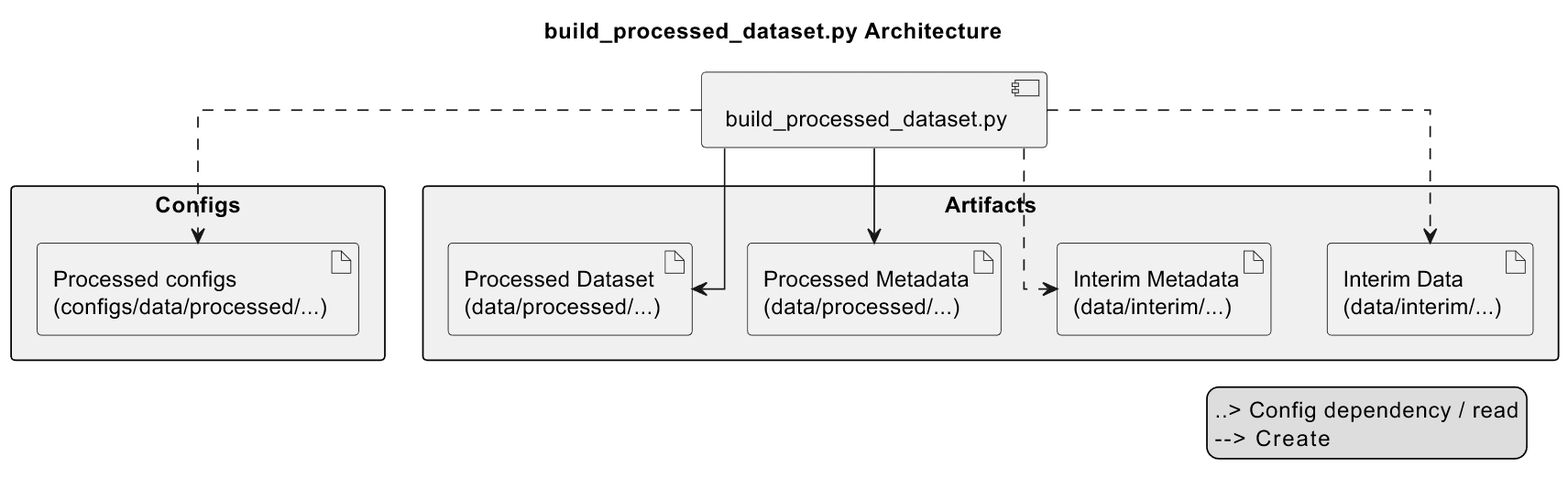
Above: docs/architecture/img/build_processed_dataset.png in Sebastijan-Dominis/ml-workflow-engine (PlantUML), before the change. Its source is kept beside it as docs/architecture/uml/build_processed_dataset.puml. Source of this version:
```plantuml
@startuml build_processed_dataset.py Architecture
title build_processed_dataset.py Architecture

skinparam shadowing false
skinparam linetype ortho
skinparam packageStyle rectangle

skinparam package {
    BorderColor black
    BackgroundColor #f0f0f0
    Shadowing false
}

package "Configs" {
    artifact processed_cfg as "Processed configs\n(configs/data/processed/...)"
}

component script as "build_processed_dataset.py"

package "Artifacts" {
    artifact interim_data as "Interim Data\n(data/interim/...)"
    artifact interim_metadata as "Interim Metadata\n(data/interim/...)"
    artifact metadata as "Processed Metadata\n(data/processed/...)"
    artifact processed_data as "Processed Dataset\n(data/processed/...)"
}

script ..> processed_cfg

script ..> interim_metadata
script ..> interim_data

script --> metadata
script --> processed_data

legend right
..>   Config dependency / read
-->   Create
endlegend

@enduml
```
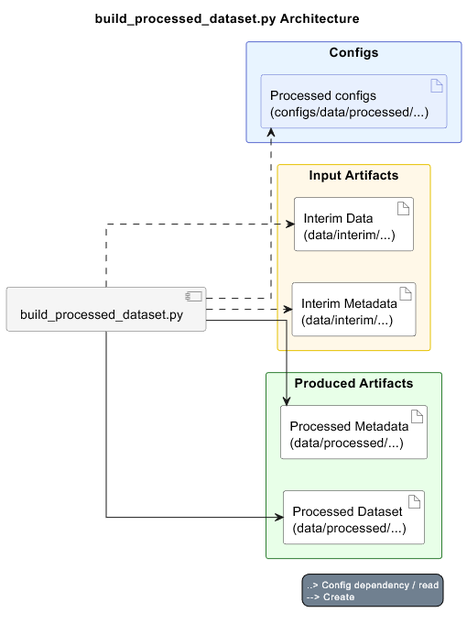
Later version of the same file.

The edit, as a diff of the source:
```diff
@@ -1,27 +1,26 @@
 @startuml build_processed_dataset.py Architecture
 title build_processed_dataset.py Architecture
+!include architecture-theme.puml
+left to right direction
 
 skinparam shadowing false
 skinparam linetype ortho
 skinparam packageStyle rectangle
 
-skinparam package {
-    BorderColor black
-    BackgroundColor #f0f0f0
-    Shadowing false
+package "Configs"<<Configs>> {
+    artifact processed_cfg as "Processed configs\n(configs/data/processed/...)" <<config>>
 }
 
-package "Configs" {
-    artifact processed_cfg as "Processed configs\n(configs/data/processed/...)"
+component script as "build_processed_dataset.py" <<script>>
+
+package "Input Artifacts"<<InputArtifacts>> {
+    artifact interim_data as "Interim Data\n(data/interim/...)" <<artifact>>
+    artifact interim_metadata as "Interim Metadata\n(data/interim/...)" <<artifact>>
 }
 
-component script as "build_processed_dataset.py"
-
-package "Artifacts" {
-    artifact interim_data as "Interim Data\n(data/interim/...)"
-    artifact interim_metadata as "Interim Metadata\n(data/interim/...)"
-    artifact metadata as "Processed Metadata\n(data/processed/...)"
-    artifact processed_data as "Processed Dataset\n(data/processed/...)"
+package "Produced Artifacts"<<ProducedArtifacts>> {
+    artifact metadata as "Processed Metadata\n(data/processed/...)" <<artifact>>
+    artifact processed_data as "Processed Dataset\n(data/processed/...)" <<artifact>>
 }
 
 script ..> processed_cfg
```
